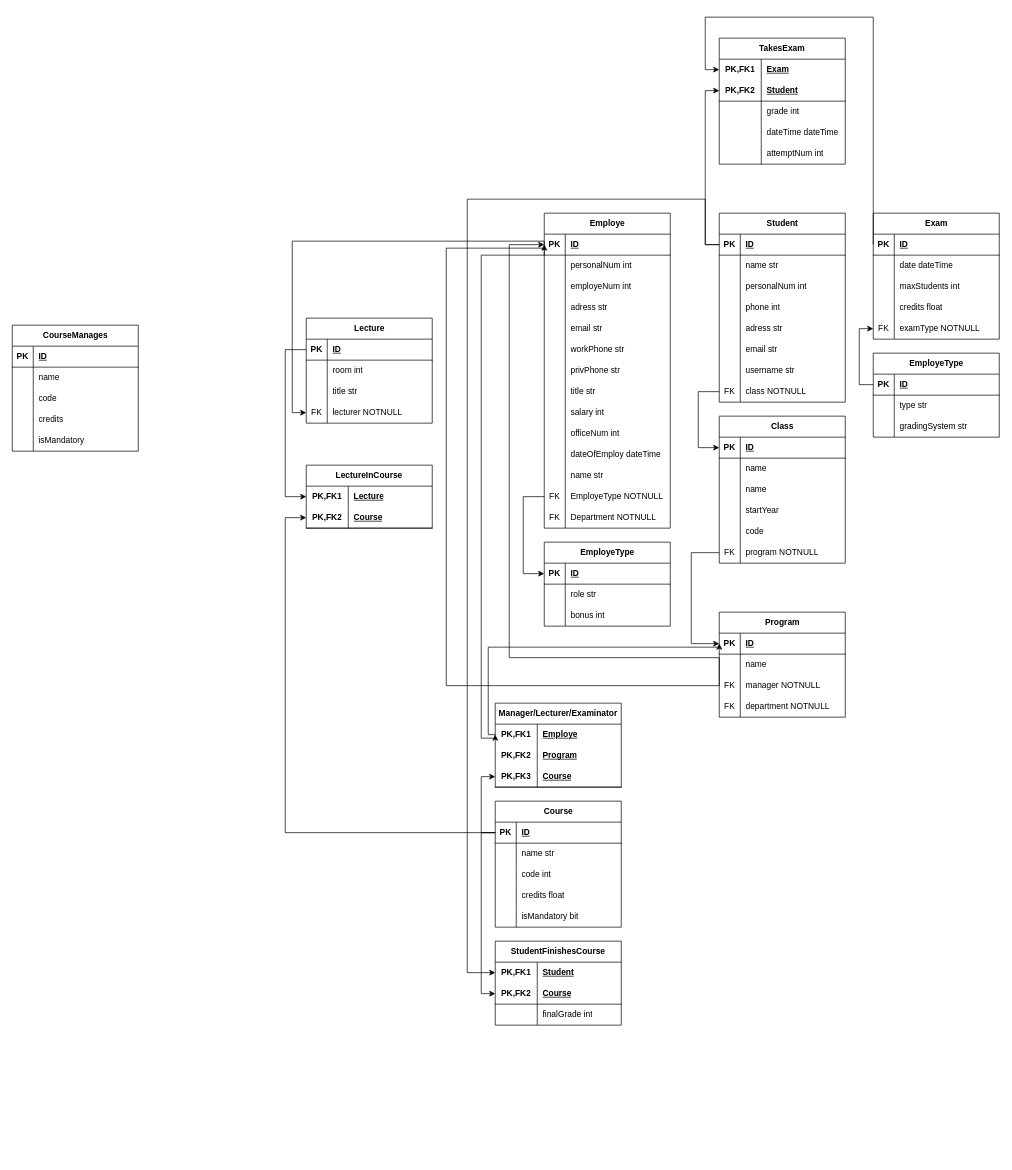
Above: Untitled Diagram.drawio in ekkecode/Blandat (draw.io), before the change. Source tidied: cells renumbered, new cells numbered last; positions are measured from the earlier drawing's top-left corner, leaving out a move shared by most shapes. Both pictures are drawn from the tidied source at 70%, with x=0, y=0 at pixel (12, 17).
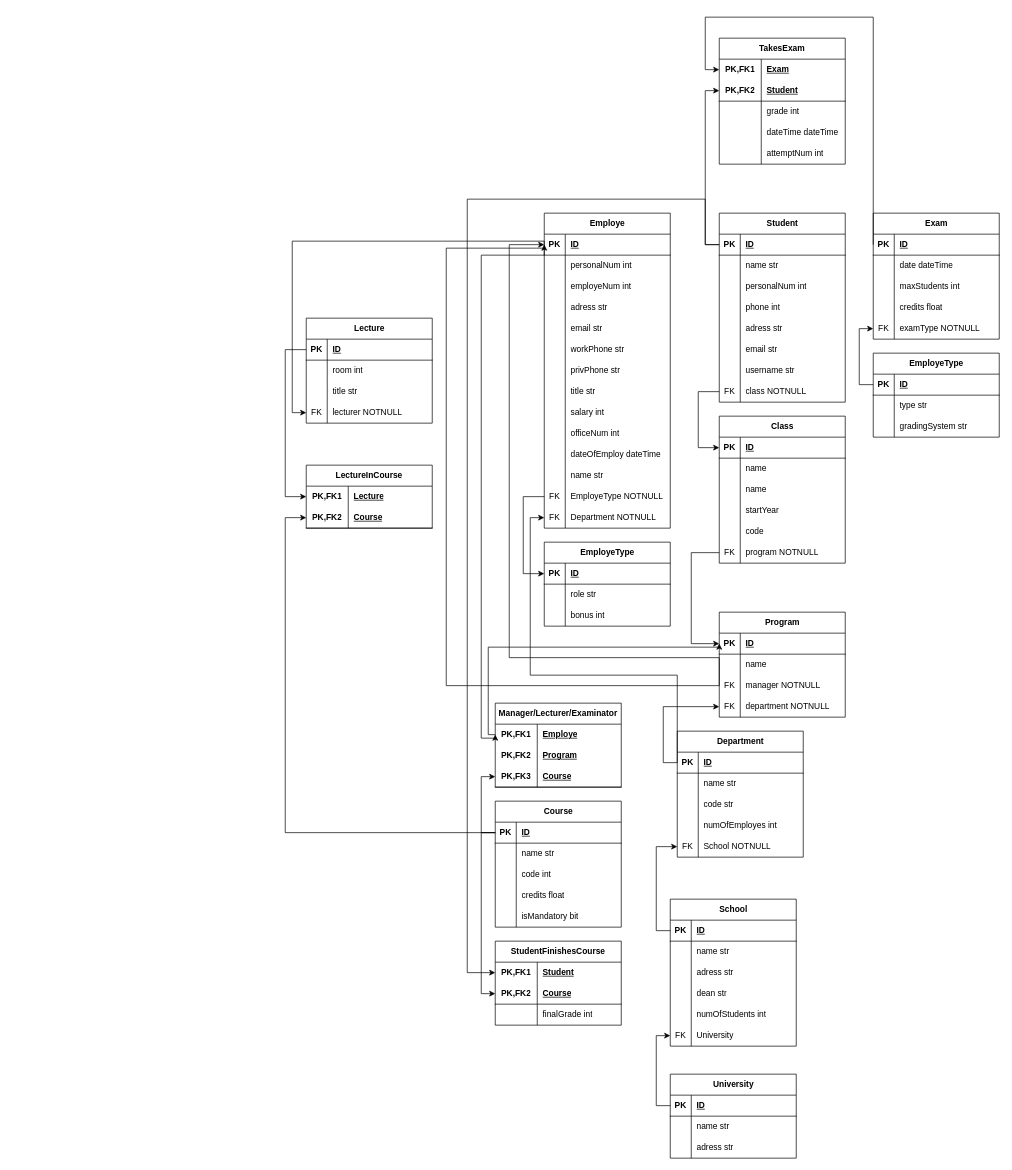
The same page after the edit.

The change refers to these unchanged cells:
```xml
<mxCell id="42" style="shape=tableRow;horizontal=0;startSize=0;swimlaneHead=0;swimlaneBody=0;fillColor=none;points=[[0,0.5],[1,0.5]];portConstraint=eastwest;top=0;left=0;right=0;bottom=0;" parent="2" vertex="1">
  <mxGeometry y="420" width="180" height="30" as="geometry" />
</mxCell>
<mxCell id="65" style="shape=tableRow;horizontal=0;startSize=0;swimlaneHead=0;swimlaneBody=0;fillColor=none;points=[[0,0.5],[1,0.5]];portConstraint=eastwest;top=0;left=0;right=0;bottom=0;" parent="55" vertex="1">
  <mxGeometry y="120" width="180" height="30" as="geometry" />
</mxCell>
```

Change to the diagram source:
```diff
@@
-    <mxCell id="158" value="CourseManages" style="shape=table;startSize=30;childLayout=tableLayout;rowLines=0;fontStyle=1;align=center;html=1;" parent="1" vertex="1">
-      <mxGeometry y="440" width="180" height="180" as="geometry" />
-    </mxCell>
-    <mxCell id="159" style="shape=tableRow;horizontal=0;startSize=0;swimlaneHead=0;swimlaneBody=0;fillColor=none;top=0;left=0;right=0;bottom=1;" parent="158" vertex="1">
-      <mxGeometry y="30" width="180" height="30" as="geometry" />
-    </mxCell>
-    <mxCell id="160" value="PK" style="shape=partialRectangle;fillColor=none;top=0;left=0;bottom=0;right=0;fontStyle=1;overflow=hidden;whiteSpace=wrap;html=1;" parent="159" vertex="1">
-      <mxGeometry width="30" height="30" as="geometry" />
-    </mxCell>
-    <mxCell id="161" value="ID" style="shape=partialRectangle;fillColor=none;top=0;left=0;bottom=0;right=0;align=left;spacingLeft=6;fontStyle=5;overflow=hidden;whiteSpace=wrap;html=1;" parent="159" vertex="1">
-      <mxGeometry x="30" width="150" height="30" as="geometry" />
-    </mxCell>
-    <mxCell id="162" style="shape=tableRow;horizontal=0;startSize=0;swimlaneHead=0;swimlaneBody=0;fillColor=none;top=0;left=0;right=0;bottom=0;" parent="158" vertex="1">
-      <mxGeometry y="60" width="180" height="30" as="geometry" />
-    </mxCell>
-    <mxCell id="163" style="shape=partialRectangle;fillColor=none;top=0;left=0;bottom=0;right=0;overflow=hidden;whiteSpace=wrap;html=1;" parent="162" vertex="1">
-      <mxGeometry width="30" height="30" as="geometry" />
-    </mxCell>
-    <mxCell id="164" value="name" style="shape=partialRectangle;fillColor=none;top=0;left=0;bottom=0;right=0;align=left;spacingLeft=6;overflow=hidden;whiteSpace=wrap;html=1;" parent="162" vertex="1">
-      <mxGeometry x="30" width="150" height="30" as="geometry" />
-    </mxCell>
-    <mxCell id="165" style="shape=tableRow;horizontal=0;startSize=0;swimlaneHead=0;swimlaneBody=0;fillColor=none;top=0;left=0;right=0;bottom=0;" parent="158" vertex="1">
-      <mxGeometry y="90" width="180" height="30" as="geometry" />
-    </mxCell>
-    <mxCell id="166" style="shape=partialRectangle;fillColor=none;top=0;left=0;bottom=0;right=0;overflow=hidden;whiteSpace=wrap;html=1;" parent="165" vertex="1">
-      <mxGeometry width="30" height="30" as="geometry" />
-    </mxCell>
-    <mxCell id="167" value="code" style="shape=partialRectangle;fillColor=none;top=0;left=0;bottom=0;right=0;align=left;spacingLeft=6;overflow=hidden;whiteSpace=wrap;html=1;" parent="165" vertex="1">
-      <mxGeometry x="30" width="150" height="30" as="geometry" />
-    </mxCell>
-    <mxCell id="168" style="shape=tableRow;horizontal=0;startSize=0;swimlaneHead=0;swimlaneBody=0;fillColor=none;top=0;left=0;right=0;bottom=0;" parent="158" vertex="1">
-      <mxGeometry y="120" width="180" height="30" as="geometry" />
-    </mxCell>
-    <mxCell id="169" style="shape=partialRectangle;fillColor=none;top=0;left=0;bottom=0;right=0;overflow=hidden;whiteSpace=wrap;html=1;" parent="168" vertex="1">
-      <mxGeometry width="30" height="30" as="geometry" />
-    </mxCell>
-    <mxCell id="170" value="credits" style="shape=partialRectangle;fillColor=none;top=0;left=0;bottom=0;right=0;align=left;spacingLeft=6;overflow=hidden;whiteSpace=wrap;html=1;" parent="168" vertex="1">
-      <mxGeometry x="30" width="150" height="30" as="geometry" />
-    </mxCell>
-    <mxCell id="171" style="shape=tableRow;horizontal=0;startSize=0;swimlaneHead=0;swimlaneBody=0;fillColor=none;top=0;left=0;right=0;bottom=0;" parent="158" vertex="1">
-      <mxGeometry y="150" width="180" height="30" as="geometry" />
-    </mxCell>
-    <mxCell id="172" style="shape=partialRectangle;fillColor=none;top=0;left=0;bottom=0;right=0;overflow=hidden;whiteSpace=wrap;html=1;" parent="171" vertex="1">
-      <mxGeometry width="30" height="30" as="geometry" />
-    </mxCell>
-    <mxCell id="173" value="isMandatory" style="shape=partialRectangle;fillColor=none;top=0;left=0;bottom=0;right=0;align=left;spacingLeft=6;overflow=hidden;whiteSpace=wrap;html=1;" parent="171" vertex="1">
-      <mxGeometry x="30" width="150" height="30" as="geometry" />
-    </mxCell>
@@
+    <mxCell id="242" value="Department" style="shape=table;startSize=30;childLayout=tableLayout;rowLines=0;fontStyle=1;align=center;html=1;" parent="1" vertex="1">
+      <mxGeometry x="950" y="1020" width="180" height="180" as="geometry" />
+    </mxCell>
+    <mxCell id="243" style="shape=tableRow;horizontal=0;startSize=0;swimlaneHead=0;swimlaneBody=0;fillColor=none;points=[[0,0.5],[1,0.5]];portConstraint=eastwest;top=0;left=0;right=0;bottom=1;" parent="242" vertex="1">
+      <mxGeometry y="30" width="180" height="30" as="geometry" />
+    </mxCell>
+    <mxCell id="244" value="PK" style="shape=partialRectangle;fillColor=none;top=0;left=0;bottom=0;right=0;fontStyle=1;overflow=hidden;whiteSpace=wrap;html=1;" parent="243" vertex="1">
+      <mxGeometry width="30" height="30" as="geometry" />
+    </mxCell>
+    <mxCell id="245" value="ID" style="shape=partialRectangle;fillColor=none;top=0;left=0;bottom=0;right=0;align=left;spacingLeft=6;fontStyle=5;overflow=hidden;whiteSpace=wrap;html=1;" parent="243" vertex="1">
+      <mxGeometry x="30" width="150" height="30" as="geometry" />
+    </mxCell>
+    <mxCell id="246" style="shape=tableRow;horizontal=0;startSize=0;swimlaneHead=0;swimlaneBody=0;fillColor=none;top=0;left=0;right=0;bottom=0;" parent="242" vertex="1">
+      <mxGeometry y="60" width="180" height="30" as="geometry" />
+    </mxCell>
+    <mxCell id="247" style="shape=partialRectangle;fillColor=none;top=0;left=0;bottom=0;right=0;overflow=hidden;whiteSpace=wrap;html=1;" parent="246" vertex="1">
+      <mxGeometry width="30" height="30" as="geometry" />
+    </mxCell>
+    <mxCell id="248" value="name str" style="shape=partialRectangle;fillColor=none;top=0;left=0;bottom=0;right=0;align=left;spacingLeft=6;overflow=hidden;whiteSpace=wrap;html=1;" parent="246" vertex="1">
+      <mxGeometry x="30" width="150" height="30" as="geometry" />
+    </mxCell>
+    <mxCell id="249" style="shape=tableRow;horizontal=0;startSize=0;swimlaneHead=0;swimlaneBody=0;fillColor=none;top=0;left=0;right=0;bottom=0;" parent="242" vertex="1">
+      <mxGeometry y="90" width="180" height="30" as="geometry" />
+    </mxCell>
+    <mxCell id="250" style="shape=partialRectangle;fillColor=none;top=0;left=0;bottom=0;right=0;overflow=hidden;whiteSpace=wrap;html=1;" parent="249" vertex="1">
+      <mxGeometry width="30" height="30" as="geometry" />
+    </mxCell>
+    <mxCell id="251" value="code str" style="shape=partialRectangle;fillColor=none;top=0;left=0;bottom=0;right=0;align=left;spacingLeft=6;overflow=hidden;whiteSpace=wrap;html=1;" parent="249" vertex="1">
+      <mxGeometry x="30" width="150" height="30" as="geometry" />
+    </mxCell>
+    <mxCell id="252" style="shape=tableRow;horizontal=0;startSize=0;swimlaneHead=0;swimlaneBody=0;fillColor=none;top=0;left=0;right=0;bottom=0;" parent="242" vertex="1">
+      <mxGeometry y="120" width="180" height="30" as="geometry" />
+    </mxCell>
+    <mxCell id="253" style="shape=partialRectangle;fillColor=none;top=0;left=0;bottom=0;right=0;overflow=hidden;whiteSpace=wrap;html=1;" parent="252" vertex="1">
+      <mxGeometry width="30" height="30" as="geometry" />
+    </mxCell>
+    <mxCell id="254" value="numOfEmployes int" style="shape=partialRectangle;fillColor=none;top=0;left=0;bottom=0;right=0;align=left;spacingLeft=6;overflow=hidden;whiteSpace=wrap;html=1;" parent="252" vertex="1">
+      <mxGeometry x="30" width="150" height="30" as="geometry" />
+    </mxCell>
+    <mxCell id="255" style="shape=tableRow;horizontal=0;startSize=0;swimlaneHead=0;swimlaneBody=0;fillColor=none;points=[[0,0.5],[1,0.5]];portConstraint=eastwest;top=0;left=0;right=0;bottom=0;" parent="242" vertex="1">
+      <mxGeometry y="150" width="180" height="30" as="geometry" />
+    </mxCell>
+    <mxCell id="256" value="FK" style="shape=partialRectangle;fillColor=none;top=0;left=0;bottom=0;right=0;overflow=hidden;whiteSpace=wrap;html=1;" parent="255" vertex="1">
+      <mxGeometry width="30" height="30" as="geometry" />
+    </mxCell>
+    <mxCell id="257" value="School NOTNULL" style="shape=partialRectangle;fillColor=none;top=0;left=0;bottom=0;right=0;align=left;spacingLeft=6;overflow=hidden;whiteSpace=wrap;html=1;" parent="255" vertex="1">
+      <mxGeometry x="30" width="150" height="30" as="geometry" />
+    </mxCell>
+    <mxCell id="258" style="edgeStyle=orthogonalEdgeStyle;rounded=0;jettySize=auto;html=1;exitX=0;exitY=0.5;exitDx=0;exitDy=0;entryX=0;entryY=0.5;entryDx=0;entryDy=0;" parent="1" edge="1" source="243" target="65">
+      <mxGeometry relative="1" as="geometry" />
+    </mxCell>
+    <mxCell id="259" style="edgeStyle=orthogonalEdgeStyle;rounded=0;jettySize=auto;html=1;exitX=0;exitY=0.5;exitDx=0;exitDy=0;entryX=0;entryY=0.5;entryDx=0;entryDy=0;" parent="1" edge="1" source="243" target="42">
+      <mxGeometry relative="1" as="geometry">
+        <Array as="points">
+          <mxPoint x="950" y="940" />
+          <mxPoint x="740" y="940" />
+          <mxPoint x="740" y="715" />
+        </Array>
+      </mxGeometry>
+    </mxCell>
+    <mxCell id="260" value="School" style="shape=table;startSize=30;childLayout=tableLayout;rowLines=0;fontStyle=1;align=center;html=1;" parent="1" vertex="1">
+      <mxGeometry x="940" y="1260" width="180" height="210" as="geometry" />
+    </mxCell>
+    <mxCell id="261" style="shape=tableRow;horizontal=0;startSize=0;swimlaneHead=0;swimlaneBody=0;fillColor=none;points=[[0,0.5],[1,0.5]];portConstraint=eastwest;top=0;left=0;right=0;bottom=1;" parent="260" vertex="1">
+      <mxGeometry y="30" width="180" height="30" as="geometry" />
+    </mxCell>
+    <mxCell id="262" value="PK" style="shape=partialRectangle;fillColor=none;top=0;left=0;bottom=0;right=0;fontStyle=1;overflow=hidden;whiteSpace=wrap;html=1;" parent="261" vertex="1">
+      <mxGeometry width="30" height="30" as="geometry" />
+    </mxCell>
+    <mxCell id="263" value="ID" style="shape=partialRectangle;fillColor=none;top=0;left=0;bottom=0;right=0;align=left;spacingLeft=6;fontStyle=5;overflow=hidden;whiteSpace=wrap;html=1;" parent="261" vertex="1">
+      <mxGeometry x="30" width="150" height="30" as="geometry" />
+    </mxCell>
+    <mxCell id="264" style="shape=tableRow;horizontal=0;startSize=0;swimlaneHead=0;swimlaneBody=0;fillColor=none;top=0;left=0;right=0;bottom=0;" parent="260" vertex="1">
+      <mxGeometry y="60" width="180" height="30" as="geometry" />
+    </mxCell>
+    <mxCell id="265" style="shape=partialRectangle;fillColor=none;top=0;left=0;bottom=0;right=0;overflow=hidden;whiteSpace=wrap;html=1;" parent="264" vertex="1">
+      <mxGeometry width="30" height="30" as="geometry" />
+    </mxCell>
+    <mxCell id="266" value="name str" style="shape=partialRectangle;fillColor=none;top=0;left=0;bottom=0;right=0;align=left;spacingLeft=6;overflow=hidden;whiteSpace=wrap;html=1;" parent="264" vertex="1">
+      <mxGeometry x="30" width="150" height="30" as="geometry" />
+    </mxCell>
+    <mxCell id="267" style="shape=tableRow;horizontal=0;startSize=0;swimlaneHead=0;swimlaneBody=0;fillColor=none;top=0;left=0;right=0;bottom=0;" parent="260" vertex="1">
+      <mxGeometry y="90" width="180" height="30" as="geometry" />
+    </mxCell>
+    <mxCell id="268" style="shape=partialRectangle;fillColor=none;top=0;left=0;bottom=0;right=0;overflow=hidden;whiteSpace=wrap;html=1;" parent="267" vertex="1">
+      <mxGeometry width="30" height="30" as="geometry" />
+    </mxCell>
+    <mxCell id="269" value="adress str" style="shape=partialRectangle;fillColor=none;top=0;left=0;bottom=0;right=0;align=left;spacingLeft=6;overflow=hidden;whiteSpace=wrap;html=1;" parent="267" vertex="1">
+      <mxGeometry x="30" width="150" height="30" as="geometry" />
+    </mxCell>
+    <mxCell id="270" style="shape=tableRow;horizontal=0;startSize=0;swimlaneHead=0;swimlaneBody=0;fillColor=none;top=0;left=0;right=0;bottom=0;" parent="260" vertex="1">
+      <mxGeometry y="120" width="180" height="30" as="geometry" />
+    </mxCell>
+    <mxCell id="271" style="shape=partialRectangle;fillColor=none;top=0;left=0;bottom=0;right=0;overflow=hidden;whiteSpace=wrap;html=1;" parent="270" vertex="1">
+      <mxGeometry width="30" height="30" as="geometry" />
+    </mxCell>
+    <mxCell id="272" value="dean str" style="shape=partialRectangle;fillColor=none;top=0;left=0;bottom=0;right=0;align=left;spacingLeft=6;overflow=hidden;whiteSpace=wrap;html=1;" parent="270" vertex="1">
+      <mxGeometry x="30" width="150" height="30" as="geometry" />
+    </mxCell>
+    <mxCell id="273" style="shape=tableRow;horizontal=0;startSize=0;swimlaneHead=0;swimlaneBody=0;fillColor=none;top=0;left=0;right=0;bottom=0;" parent="260" vertex="1">
+      <mxGeometry y="150" width="180" height="30" as="geometry" />
+    </mxCell>
+    <mxCell id="274" style="shape=partialRectangle;fillColor=none;top=0;left=0;bottom=0;right=0;overflow=hidden;whiteSpace=wrap;html=1;" parent="273" vertex="1">
+      <mxGeometry width="30" height="30" as="geometry" />
+    </mxCell>
+    <mxCell id="275" value="numOfStudents int" style="shape=partialRectangle;fillColor=none;top=0;left=0;bottom=0;right=0;align=left;spacingLeft=6;overflow=hidden;whiteSpace=wrap;html=1;" parent="273" vertex="1">
+      <mxGeometry x="30" width="150" height="30" as="geometry" />
+    </mxCell>
+    <mxCell id="276" style="shape=tableRow;horizontal=0;startSize=0;swimlaneHead=0;swimlaneBody=0;fillColor=none;points=[[0,0.5],[1,0.5]];portConstraint=eastwest;top=0;left=0;right=0;bottom=0;" parent="260" vertex="1">
+      <mxGeometry y="180" width="180" height="30" as="geometry" />
+    </mxCell>
+    <mxCell id="277" value="FK" style="shape=partialRectangle;fillColor=none;top=0;left=0;bottom=0;right=0;overflow=hidden;whiteSpace=wrap;html=1;" parent="276" vertex="1">
+      <mxGeometry width="30" height="30" as="geometry" />
+    </mxCell>
+    <mxCell id="278" value="University" style="shape=partialRectangle;fillColor=none;top=0;left=0;bottom=0;right=0;align=left;spacingLeft=6;overflow=hidden;whiteSpace=wrap;html=1;" parent="276" vertex="1">
+      <mxGeometry x="30" width="150" height="30" as="geometry" />
+    </mxCell>
+    <mxCell id="279" style="edgeStyle=orthogonalEdgeStyle;rounded=0;jettySize=auto;html=1;exitX=0;exitY=0.5;exitDx=0;exitDy=0;entryX=0;entryY=0.5;entryDx=0;entryDy=0;" parent="1" edge="1" source="261" target="255">
+      <mxGeometry relative="1" as="geometry" />
+    </mxCell>
+    <mxCell id="280" value="University" style="shape=table;startSize=30;childLayout=tableLayout;rowLines=0;fontStyle=1;align=center;html=1;" parent="1" vertex="1">
+      <mxGeometry x="940" y="1510" width="180" height="120" as="geometry" />
+    </mxCell>
+    <mxCell id="281" style="shape=tableRow;horizontal=0;startSize=0;swimlaneHead=0;swimlaneBody=0;fillColor=none;points=[[0,0.5],[1,0.5]];portConstraint=eastwest;top=0;left=0;right=0;bottom=1;" parent="280" vertex="1">
+      <mxGeometry y="30" width="180" height="30" as="geometry" />
+    </mxCell>
+    <mxCell id="282" value="PK" style="shape=partialRectangle;fillColor=none;top=0;left=0;bottom=0;right=0;fontStyle=1;overflow=hidden;whiteSpace=wrap;html=1;" parent="281" vertex="1">
+      <mxGeometry width="30" height="30" as="geometry" />
+    </mxCell>
+    <mxCell id="283" value="ID" style="shape=partialRectangle;fillColor=none;top=0;left=0;bottom=0;right=0;align=left;spacingLeft=6;fontStyle=5;overflow=hidden;whiteSpace=wrap;html=1;" parent="281" vertex="1">
+      <mxGeometry x="30" width="150" height="30" as="geometry" />
+    </mxCell>
+    <mxCell id="284" style="shape=tableRow;horizontal=0;startSize=0;swimlaneHead=0;swimlaneBody=0;fillColor=none;top=0;left=0;right=0;bottom=0;" parent="280" vertex="1">
+      <mxGeometry y="60" width="180" height="30" as="geometry" />
+    </mxCell>
+    <mxCell id="285" style="shape=partialRectangle;fillColor=none;top=0;left=0;bottom=0;right=0;overflow=hidden;whiteSpace=wrap;html=1;" parent="284" vertex="1">
+      <mxGeometry width="30" height="30" as="geometry" />
+    </mxCell>
+    <mxCell id="286" value="name str" style="shape=partialRectangle;fillColor=none;top=0;left=0;bottom=0;right=0;align=left;spacingLeft=6;overflow=hidden;whiteSpace=wrap;html=1;" parent="284" vertex="1">
+      <mxGeometry x="30" width="150" height="30" as="geometry" />
+    </mxCell>
+    <mxCell id="287" style="shape=tableRow;horizontal=0;startSize=0;swimlaneHead=0;swimlaneBody=0;fillColor=none;top=0;left=0;right=0;bottom=0;" parent="280" vertex="1">
+      <mxGeometry y="90" width="180" height="30" as="geometry" />
+    </mxCell>
+    <mxCell id="288" style="shape=partialRectangle;fillColor=none;top=0;left=0;bottom=0;right=0;overflow=hidden;whiteSpace=wrap;html=1;" parent="287" vertex="1">
+      <mxGeometry width="30" height="30" as="geometry" />
+    </mxCell>
+    <mxCell id="289" value="adress str" style="shape=partialRectangle;fillColor=none;top=0;left=0;bottom=0;right=0;align=left;spacingLeft=6;overflow=hidden;whiteSpace=wrap;html=1;" parent="287" vertex="1">
+      <mxGeometry x="30" width="150" height="30" as="geometry" />
+    </mxCell>
+    <mxCell id="290" style="edgeStyle=orthogonalEdgeStyle;rounded=0;jettySize=auto;html=1;exitX=0;exitY=0.5;exitDx=0;exitDy=0;entryX=0;entryY=0.5;entryDx=0;entryDy=0;" parent="1" edge="1" source="281" target="276">
+      <mxGeometry relative="1" as="geometry" />
+    </mxCell>
```
